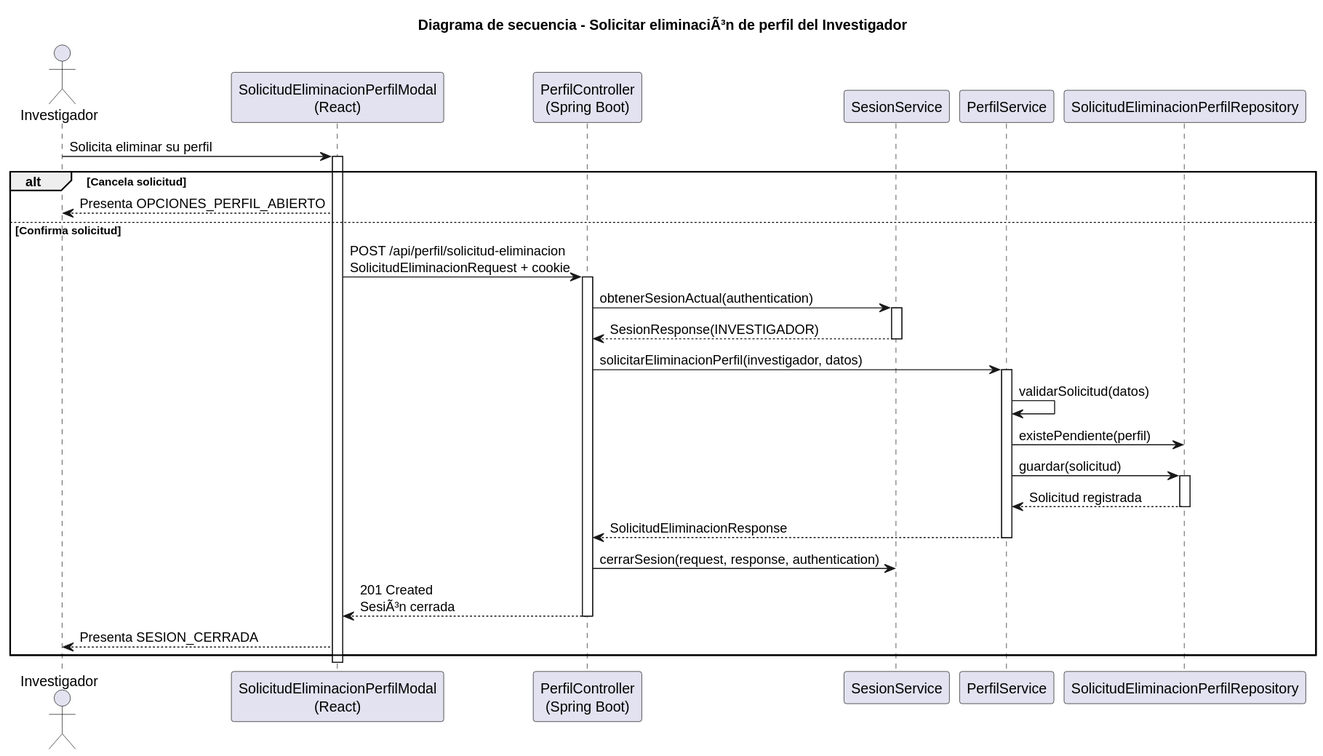
Above: images/RUP/02-diseño/casos-uso/investigador/solicitarEliminacionPerfil/secuencia.svg in beatriizorozco/25-26-idsw2-sdVC (PlantUML), before the change.
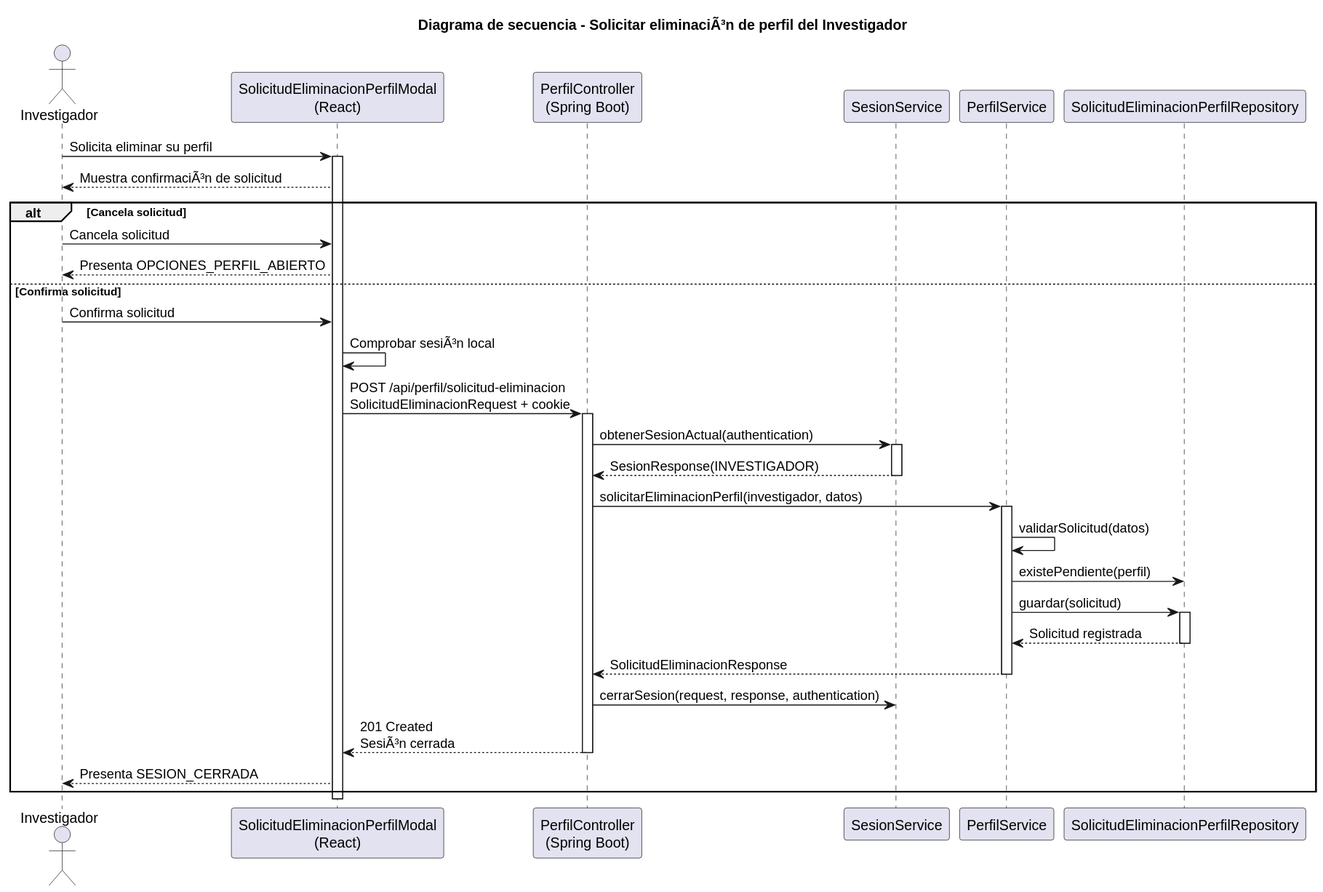
After the change.

Change to the diagram source:
```diff
@@ -10,9 +10,13 @@
 
 Investigador -> Frontend: Solicita eliminar su perfil
 activate Frontend
+Frontend --> Investigador: Muestra confirmaciÃ³n de solicitud
 alt Cancela solicitud
+    Investigador -> Frontend: Cancela solicitud
     Frontend --> Investigador: Presenta OPCIONES_PERFIL_ABIERTO
 else Confirma solicitud
+    Investigador -> Frontend: Confirma solicitud
+    Frontend -> Frontend: Comprobar sesiÃ³n local
     Frontend -> Api: POST /api/perfil/solicitud-eliminacion\nSolicitudEliminacionRequest + cookie
     activate Api
     Api -> Sesion: obtenerSesionActual(authentication)
```
